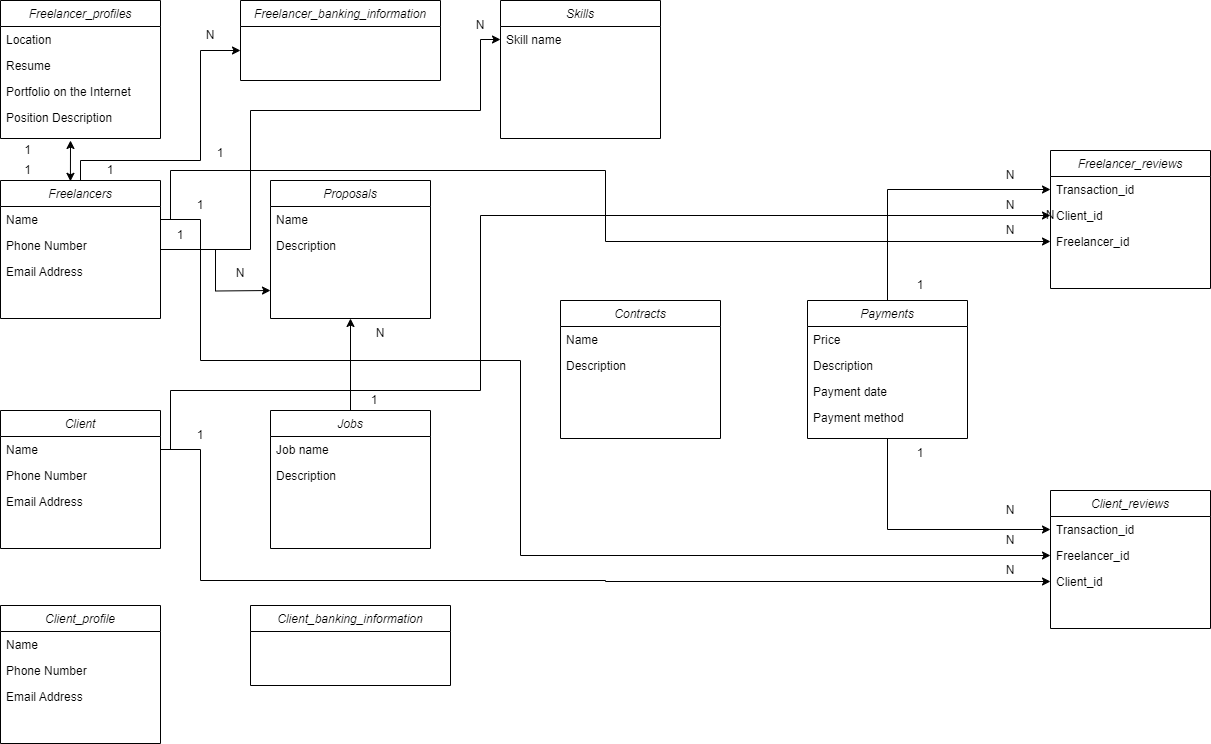
Above: docs/db_schema.drawio.png in Yepavlov/Freelance_platform (draw.io), before the change. Source tidied: cells renumbered, new cells last; positions are measured from the earlier drawing's top-left corner, leaving out a move shared by most shapes.
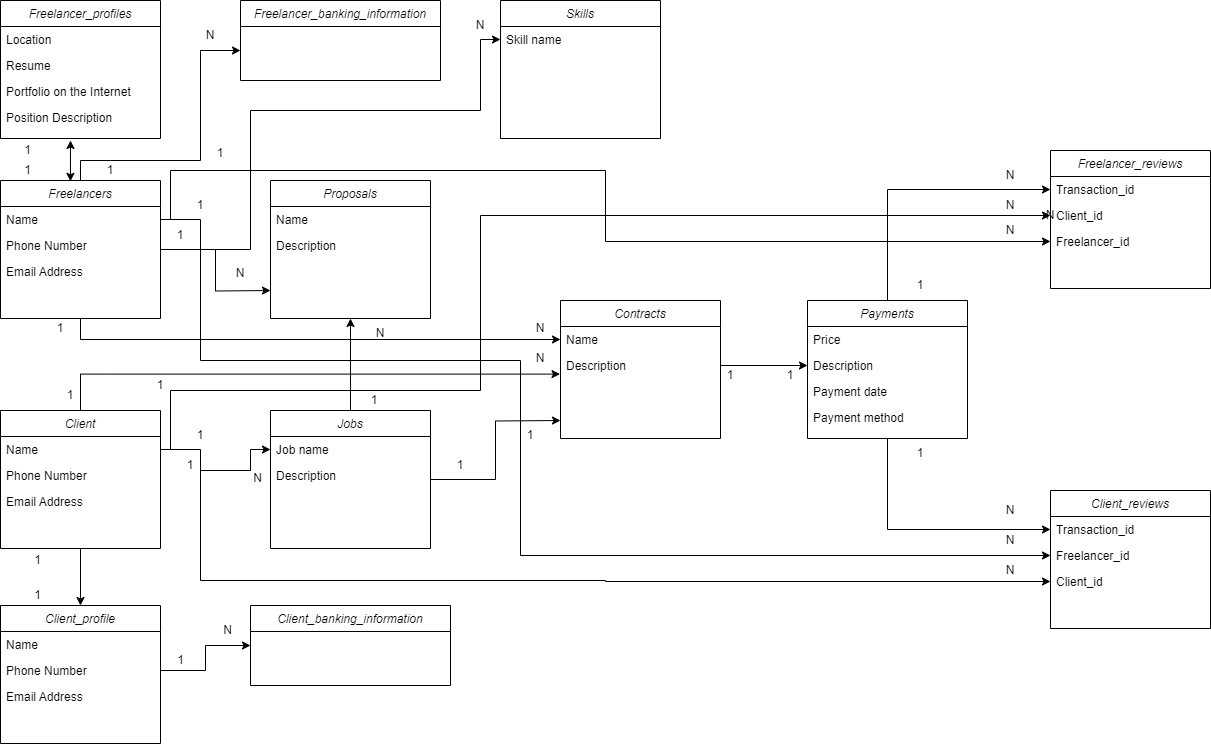
After the change.

The edit, as a diff of the source:
```diff
@@ -27,6 +27,9 @@
         <mxPoint x="270" y="290" as="targetPoint" />
       </mxGeometry>
     </mxCell>
+    <mxCell id="77" style="edgeStyle=orthogonalEdgeStyle;rounded=0;jettySize=auto;html=1;" parent="1" edge="1" source="5" target="33">
+      <mxGeometry relative="1" as="geometry" />
+    </mxCell>
     <mxCell id="5" value="Freelancers" style="swimlane;fontStyle=2;align=center;verticalAlign=top;horizontal=1;startSize=26;rounded=0;shadow=0;strokeWidth=1;" parent="1" vertex="1">
       <mxGeometry y="180" width="160" height="138" as="geometry" />
     </mxCell>
@@ -39,6 +42,9 @@
     <mxCell id="8" value="Email Address" style="text;align=left;verticalAlign=top;spacingLeft=4;spacingRight=4;overflow=hidden;rounded=0;shadow=0;html=0;" parent="5" vertex="1">
       <mxGeometry y="78" width="160" height="26" as="geometry" />
     </mxCell>
+    <mxCell id="78" style="edgeStyle=orthogonalEdgeStyle;rounded=0;jettySize=auto;html=1;entryX=0.5;entryY=0;entryDx=0;entryDy=0;" parent="1" edge="1" source="9" target="20">
+      <mxGeometry relative="1" as="geometry" />
+    </mxCell>
     <mxCell id="9" value="Client" style="swimlane;fontStyle=2;align=center;verticalAlign=top;horizontal=1;startSize=26;rounded=0;shadow=0;strokeWidth=1;" parent="1" vertex="1">
       <mxGeometry y="410" width="160" height="138" as="geometry" />
     </mxCell>
@@ -90,6 +96,11 @@
     <mxCell id="25" style="edgeStyle=orthogonalEdgeStyle;rounded=0;jettySize=auto;html=1;exitX=0.5;exitY=0;exitDx=0;exitDy=0;entryX=0.5;entryY=1;entryDx=0;entryDy=0;" parent="1" edge="1" source="26" target="29">
       <mxGeometry relative="1" as="geometry" />
     </mxCell>
+    <mxCell id="79" style="edgeStyle=orthogonalEdgeStyle;rounded=0;jettySize=auto;html=1;" parent="1" edge="1" source="26">
+      <mxGeometry relative="1" as="geometry">
+        <mxPoint x="560" y="420" as="targetPoint" />
+      </mxGeometry>
+    </mxCell>
     <mxCell id="26" value="Jobs" style="swimlane;fontStyle=2;align=center;verticalAlign=top;horizontal=1;startSize=26;rounded=0;shadow=0;strokeWidth=1;" parent="1" vertex="1">
       <mxGeometry x="270" y="410" width="160" height="138" as="geometry" />
     </mxCell>
@@ -216,6 +227,9 @@
     <mxCell id="57" value="1" style="text;html=1;align=center;verticalAlign=middle;whiteSpace=wrap;rounded=0;" parent="1" vertex="1">
       <mxGeometry x="80" y="155" width="60" height="30" as="geometry" />
     </mxCell>
+    <mxCell id="80" style="edgeStyle=orthogonalEdgeStyle;rounded=0;jettySize=auto;html=1;exitX=0.5;exitY=1;exitDx=0;exitDy=0;entryX=0;entryY=0.5;entryDx=0;entryDy=0;" parent="1" edge="1" source="58" target="27">
+      <mxGeometry relative="1" as="geometry" />
+    </mxCell>
     <mxCell id="58" value="1" style="text;html=1;align=center;verticalAlign=middle;whiteSpace=wrap;rounded=0;" parent="1" vertex="1">
       <mxGeometry x="170" y="420" width="60" height="30" as="geometry" />
     </mxCell>
@@ -273,5 +287,59 @@
     <mxCell id="76" value="1" style="text;html=1;align=center;verticalAlign=middle;whiteSpace=wrap;rounded=0;" parent="1" vertex="1">
       <mxGeometry x="354" y="390" width="40" height="20" as="geometry" />
     </mxCell>
+    <mxCell id="81" value="1" style="text;html=1;align=center;verticalAlign=middle;whiteSpace=wrap;rounded=0;" parent="1" vertex="1">
+      <mxGeometry x="10" y="585" width="55" height="20" as="geometry" />
+    </mxCell>
+    <mxCell id="82" value="1" style="text;html=1;align=center;verticalAlign=middle;whiteSpace=wrap;rounded=0;" parent="1" vertex="1">
+      <mxGeometry x="10" y="550" width="55" height="20" as="geometry" />
+    </mxCell>
+    <mxCell id="83" style="edgeStyle=orthogonalEdgeStyle;rounded=0;jettySize=auto;html=1;entryX=0;entryY=0.5;entryDx=0;entryDy=0;" parent="1" edge="1" source="22" target="35">
+      <mxGeometry relative="1" as="geometry" />
+    </mxCell>
+    <mxCell id="84" value="1" style="text;html=1;align=center;verticalAlign=middle;whiteSpace=wrap;rounded=0;" parent="1" vertex="1">
+      <mxGeometry x="152.5" y="650" width="55" height="20" as="geometry" />
+    </mxCell>
+    <mxCell id="85" value="N" style="text;html=1;align=center;verticalAlign=middle;whiteSpace=wrap;rounded=0;" parent="1" vertex="1">
+      <mxGeometry x="200" y="620" width="55" height="20" as="geometry" />
+    </mxCell>
+    <mxCell id="86" value="N" style="text;html=1;align=center;verticalAlign=middle;whiteSpace=wrap;rounded=0;" parent="1" vertex="1">
+      <mxGeometry x="230" y="468" width="55" height="20" as="geometry" />
+    </mxCell>
+    <mxCell id="87" value="1" style="text;html=1;align=center;verticalAlign=middle;whiteSpace=wrap;rounded=0;" parent="1" vertex="1">
+      <mxGeometry x="160" y="450" width="60" height="30" as="geometry" />
+    </mxCell>
+    <mxCell id="88" value="1" style="text;html=1;align=center;verticalAlign=middle;whiteSpace=wrap;rounded=0;" parent="1" vertex="1">
+      <mxGeometry x="130" y="370" width="60" height="30" as="geometry" />
+    </mxCell>
+    <mxCell id="89" value="1" style="text;html=1;align=center;verticalAlign=middle;whiteSpace=wrap;rounded=0;" parent="1" vertex="1">
+      <mxGeometry x="430" y="450" width="60" height="30" as="geometry" />
+    </mxCell>
+    <mxCell id="90" value="1" style="text;html=1;align=center;verticalAlign=middle;whiteSpace=wrap;rounded=0;" parent="1" vertex="1">
+      <mxGeometry x="500" y="420" width="60" height="30" as="geometry" />
+    </mxCell>
+    <mxCell id="91" style="edgeStyle=orthogonalEdgeStyle;rounded=0;jettySize=auto;html=1;entryX=-0.003;entryY=0.831;entryDx=0;entryDy=0;entryPerimeter=0;" parent="1" edge="1" source="9" target="34">
+      <mxGeometry relative="1" as="geometry" />
+    </mxCell>
+    <mxCell id="92" value="N" style="text;html=1;align=center;verticalAlign=middle;whiteSpace=wrap;rounded=0;" parent="1" vertex="1">
+      <mxGeometry x="510" y="348" width="60" height="20" as="geometry" />
+    </mxCell>
+    <mxCell id="93" value="1" style="text;html=1;align=center;verticalAlign=middle;whiteSpace=wrap;rounded=0;" parent="1" vertex="1">
+      <mxGeometry x="40" y="380" width="60" height="30" as="geometry" />
+    </mxCell>
+    <mxCell id="94" value="N" style="text;html=1;align=center;verticalAlign=middle;whiteSpace=wrap;rounded=0;" parent="1" vertex="1">
+      <mxGeometry x="510" y="318" width="60" height="20" as="geometry" />
+    </mxCell>
+    <mxCell id="95" value="1" style="text;html=1;align=center;verticalAlign=middle;whiteSpace=wrap;rounded=0;" parent="1" vertex="1">
+      <mxGeometry x="30" y="313" width="60" height="30" as="geometry" />
+    </mxCell>
+    <mxCell id="96" style="edgeStyle=orthogonalEdgeStyle;rounded=0;jettySize=auto;html=1;exitX=1;exitY=0.5;exitDx=0;exitDy=0;entryX=0;entryY=0.5;entryDx=0;entryDy=0;" parent="1" edge="1" source="34" target="40">
+      <mxGeometry relative="1" as="geometry" />
+    </mxCell>
+    <mxCell id="97" value="1" style="text;html=1;align=center;verticalAlign=middle;whiteSpace=wrap;rounded=0;" parent="1" vertex="1">
+      <mxGeometry x="700" y="360" width="60" height="30" as="geometry" />
+    </mxCell>
+    <mxCell id="98" value="1" style="text;html=1;align=center;verticalAlign=middle;whiteSpace=wrap;rounded=0;" parent="1" vertex="1">
+      <mxGeometry x="760" y="360" width="60" height="30" as="geometry" />
+    </mxCell>
   </root>
 </mxGraphModel>
```
